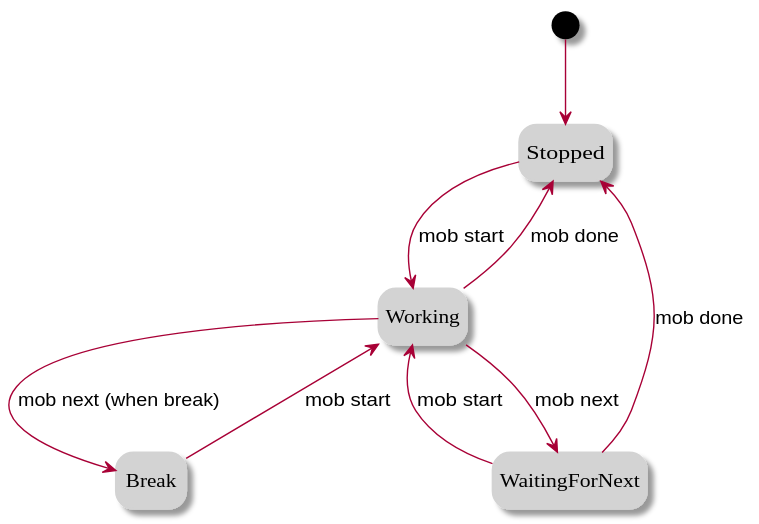
This is state.svg from afajl/mob, a PlantUML export, as it was before one commit.
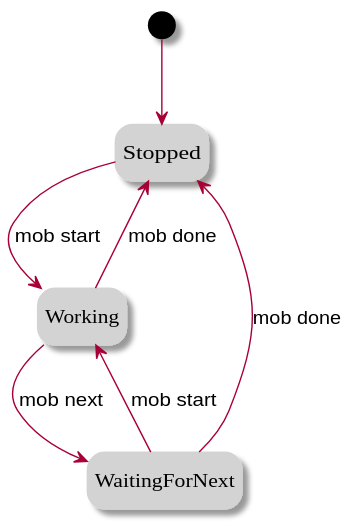
The same diagram one commit later.

Commit message:
Rework break logic and allow skipping breaks

Diff of the diagram source:
```diff
@@ -10,8 +10,6 @@
 hide empty description
 Stopped --> Working: mob start
 Working --> WaitingForNext: mob next
-Working --> Break: mob next (when break)
-Break --> Working: mob start
 WaitingForNext --> Stopped: mob done
 WaitingForNext --> Working: mob start
 Working --> Stopped: mob done
```
